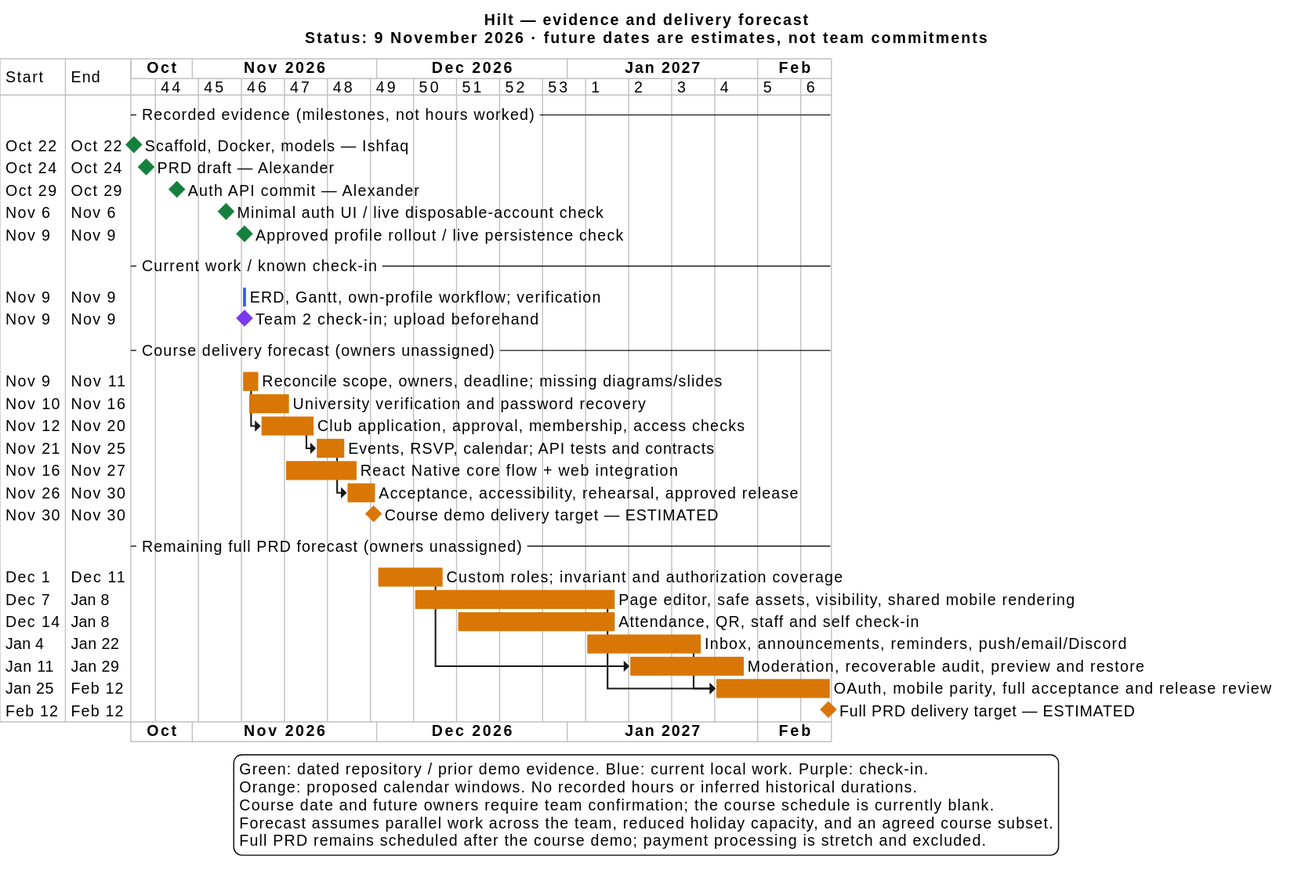
Before: docs/check-in/gantt.svg, a diagram exported from PlantUML (Ishfaq-code/hilt). The source it was exported from:
```plantuml
@startgantt
title Hilt — evidence and delivery forecast\nStatus: 9 November 2026 · future dates are estimates, not team commitments
skinparam backgroundColor white
skinparam defaultFontName SansSerif
skinparam defaultFontSize 14
Project starts 2026-10-22
printscale weekly
hide column duration

-- Recorded evidence (milestones, not hours worked) --
[Scaffold, Docker, models — Ishfaq] as [scaffold] happens 2026-10-22
[PRD draft — Alexander] as [prd] happens 2026-10-24
[Auth API commit — Alexander] as [auth] happens 2026-10-29
[Minimal auth UI / live disposable-account check] as [demo] happens 2026-11-06
[Approved profile rollout / live persistence check] as [profilelive] happens 2026-11-09
[scaffold] is colored in #15803D
[prd] is colored in #15803D
[auth] is colored in #15803D
[demo] is colored in #15803D
[profilelive] is colored in #15803D

-- Current work / known check-in --
[ERD, Gantt, own-profile workflow; verification] as [current] starts 2026-11-09 and ends 2026-11-09
[current] is colored in #2563EB
[Team 2 check-in; upload beforehand] as [checkin] happens 2026-11-09
[checkin] is colored in #7C3AED

-- Course delivery forecast (owners unassigned) --
[Reconcile scope, owners, deadline; missing diagrams/slides] as [scope] starts 2026-11-09 and ends 2026-11-11
[University verification and password recovery] as [accounts] starts 2026-11-10 and ends 2026-11-16
[Club application, approval, membership, access checks] as [clubs] starts 2026-11-12 and ends 2026-11-20
[Events, RSVP, calendar; API tests and contracts] as [events] starts 2026-11-21 and ends 2026-11-25
[React Native core flow + web integration] as [mobile] starts 2026-11-16 and ends 2026-11-27
[Acceptance, accessibility, rehearsal, approved release] as [accept] starts 2026-11-26 and ends 2026-11-30
[Course demo delivery target — ESTIMATED] as [course] happens 2026-11-30
[scope] is colored in #D97706
[accounts] is colored in #D97706
[clubs] is colored in #D97706
[events] is colored in #D97706
[mobile] is colored in #D97706
[accept] is colored in #D97706
[course] is colored in #D97706
[scope] -> [clubs]
[clubs] -> [events]
[events] -> [accept]

-- Remaining full PRD forecast (owners unassigned) --
[Custom roles; invariant and authorization coverage] as [roles] starts 2026-12-01 and ends 2026-12-11
[Page editor, safe assets, visibility, shared mobile rendering] as [pages] starts 2026-12-07 and ends 2027-01-08
[Attendance, QR, staff and self check-in] as [attendance] starts 2026-12-14 and ends 2027-01-08
[Inbox, announcements, reminders, push/email/Discord] as [comms] starts 2027-01-04 and ends 2027-01-22
[Moderation, recoverable audit, preview and restore] as [recovery] starts 2027-01-11 and ends 2027-01-29
[OAuth, mobile parity, full acceptance and release review] as [fulltest] starts 2027-01-25 and ends 2027-02-12
[Full PRD delivery target — ESTIMATED] as [full] happens 2027-02-12
[roles] is colored in #D97706
[pages] is colored in #D97706
[attendance] is colored in #D97706
[comms] is colored in #D97706
[recovery] is colored in #D97706
[fulltest] is colored in #D97706
[full] is colored in #D97706
[roles] -> [recovery]
[pages] -> [fulltest]
[comms] -> [fulltest]

legend bottom
  Green: dated repository / prior demo evidence. Blue: current local work. Purple: check-in.
  Orange: proposed calendar windows. No recorded hours or inferred historical durations.
  Course date and future owners require team confirmation; the course schedule is currently blank.
  Forecast assumes parallel work across the team, reduced holiday capacity, and an agreed course subset.
  Full PRD remains scheduled after the course demo; payment processing is stretch and excluded.
endlegend
@endgantt
```
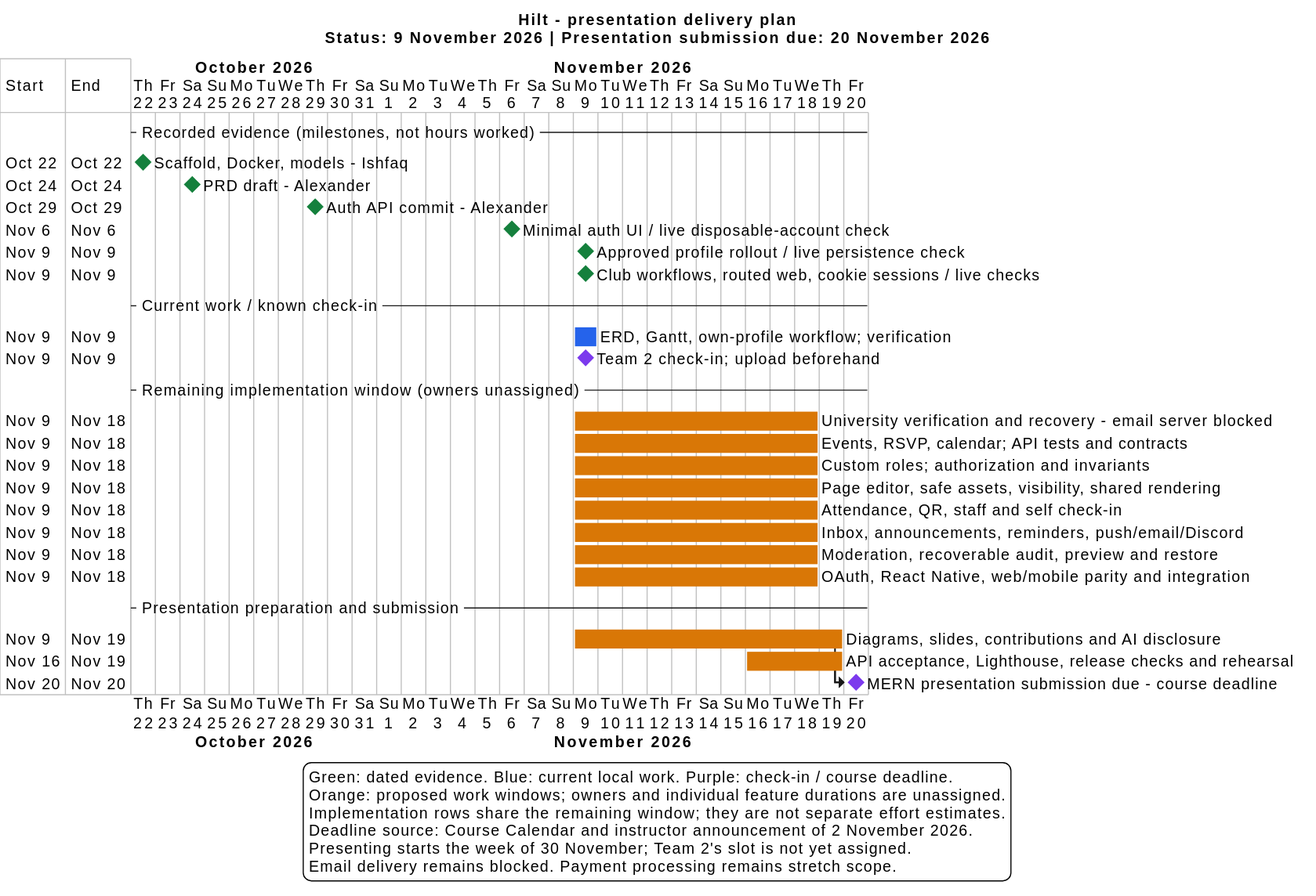
The same diagram one commit later.

Commit message:
docs: align Gantt with November 20 presentation deadline

Diff of the diagram source:
```diff
@@ -1,23 +1,25 @@
 @startgantt
-title Hilt — evidence and delivery forecast\nStatus: 9 November 2026 · future dates are estimates, not team commitments
+title Hilt - presentation delivery plan\nStatus: 9 November 2026 | Presentation submission due: 20 November 2026
 skinparam backgroundColor white
 skinparam defaultFontName SansSerif
 skinparam defaultFontSize 14
 Project starts 2026-10-22
-printscale weekly
+printscale daily
 hide column duration
 
 -- Recorded evidence (milestones, not hours worked) --
-[Scaffold, Docker, models — Ishfaq] as [scaffold] happens 2026-10-22
-[PRD draft — Alexander] as [prd] happens 2026-10-24
-[Auth API commit — Alexander] as [auth] happens 2026-10-29
+[Scaffold, Docker, models - Ishfaq] as [scaffold] happens 2026-10-22
+[PRD draft - Alexander] as [prd] happens 2026-10-24
+[Auth API commit - Alexander] as [auth] happens 2026-10-29
 [Minimal auth UI / live disposable-account check] as [demo] happens 2026-11-06
 [Approved profile rollout / live persistence check] as [profilelive] happens 2026-11-09
+[Club workflows, routed web, cookie sessions / live checks] as [clubslive] happens 2026-11-09
 [scaffold] is colored in #15803D
 [prd] is colored in #15803D
 [auth] is colored in #15803D
 [demo] is colored in #15803D
 [profilelive] is colored in #15803D
+[clubslive] is colored in #15803D
 
 -- Current work / known check-in --
 [ERD, Gantt, own-profile workflow; verification] as [current] starts 2026-11-09 and ends 2026-11-09
@@ -25,49 +27,40 @@
 [Team 2 check-in; upload beforehand] as [checkin] happens 2026-11-09
 [checkin] is colored in #7C3AED
 
--- Course delivery forecast (owners unassigned) --
-[Reconcile scope, owners, deadline; missing diagrams/slides] as [scope] starts 2026-11-09 and ends 2026-11-11
-[University verification and password recovery] as [accounts] starts 2026-11-10 and ends 2026-11-16
-[Club application, approval, membership, access checks] as [clubs] starts 2026-11-12 and ends 2026-11-20
-[Events, RSVP, calendar; API tests and contracts] as [events] starts 2026-11-21 and ends 2026-11-25
-[React Native core flow + web integration] as [mobile] starts 2026-11-16 and ends 2026-11-27
-[Acceptance, accessibility, rehearsal, approved release] as [accept] starts 2026-11-26 and ends 2026-11-30
-[Course demo delivery target — ESTIMATED] as [course] happens 2026-11-30
-[scope] is colored in #D97706
+-- Remaining implementation window (owners unassigned) --
+[University verification and recovery - email server blocked] as [accounts] starts 2026-11-09 and ends 2026-11-18
+[Events, RSVP, calendar; API tests and contracts] as [events] starts 2026-11-09 and ends 2026-11-18
+[Custom roles; authorization and invariants] as [roles] starts 2026-11-09 and ends 2026-11-18
+[Page editor, safe assets, visibility, shared rendering] as [pages] starts 2026-11-09 and ends 2026-11-18
+[Attendance, QR, staff and self check-in] as [attendance] starts 2026-11-09 and ends 2026-11-18
+[Inbox, announcements, reminders, push/email/Discord] as [comms] starts 2026-11-09 and ends 2026-11-18
+[Moderation, recoverable audit, preview and restore] as [recovery] starts 2026-11-09 and ends 2026-11-18
+[OAuth, React Native, web/mobile parity and integration] as [mobile] starts 2026-11-09 and ends 2026-11-18
 [accounts] is colored in #D97706
-[clubs] is colored in #D97706
 [events] is colored in #D97706
-[mobile] is colored in #D97706
-[accept] is colored in #D97706
-[course] is colored in #D97706
-[scope] -> [clubs]
-[clubs] -> [events]
-[events] -> [accept]
-
--- Remaining full PRD forecast (owners unassigned) --
-[Custom roles; invariant and authorization coverage] as [roles] starts 2026-12-01 and ends 2026-12-11
-[Page editor, safe assets, visibility, shared mobile rendering] as [pages] starts 2026-12-07 and ends 2027-01-08
-[Attendance, QR, staff and self check-in] as [attendance] starts 2026-12-14 and ends 2027-01-08
-[Inbox, announcements, reminders, push/email/Discord] as [comms] starts 2027-01-04 and ends 2027-01-22
-[Moderation, recoverable audit, preview and restore] as [recovery] starts 2027-01-11 and ends 2027-01-29
-[OAuth, mobile parity, full acceptance and release review] as [fulltest] starts 2027-01-25 and ends 2027-02-12
-[Full PRD delivery target — ESTIMATED] as [full] happens 2027-02-12
 [roles] is colored in #D97706
 [pages] is colored in #D97706
 [attendance] is colored in #D97706
 [comms] is colored in #D97706
 [recovery] is colored in #D97706
-[fulltest] is colored in #D97706
-[full] is colored in #D97706
-[roles] -> [recovery]
-[pages] -> [fulltest]
-[comms] -> [fulltest]
+[mobile] is colored in #D97706
+
+-- Presentation preparation and submission --
+[Diagrams, slides, contributions and AI disclosure] as [slides] starts 2026-11-09 and ends 2026-11-19
+[API acceptance, Lighthouse, release checks and rehearsal] as [accept] starts 2026-11-16 and ends 2026-11-19
+[MERN presentation submission due - course deadline] as [deadline] happens 2026-11-20
+[slides] is colored in #D97706
+[accept] is colored in #D97706
+[deadline] is colored in #7C3AED
+[slides] -> [deadline]
+[accept] -> [deadline]
 
 legend bottom
-  Green: dated repository / prior demo evidence. Blue: current local work. Purple: check-in.
-  Orange: proposed calendar windows. No recorded hours or inferred historical durations.
-  Course date and future owners require team confirmation; the course schedule is currently blank.
-  Forecast assumes parallel work across the team, reduced holiday capacity, and an agreed course subset.
-  Full PRD remains scheduled after the course demo; payment processing is stretch and excluded.
+  Green: dated evidence. Blue: current local work. Purple: check-in / course deadline.
+  Orange: proposed work windows; owners and individual feature durations are unassigned.
+  Implementation rows share the remaining window; they are not separate effort estimates.
+  Deadline source: Course Calendar and instructor announcement of 2 November 2026.
+  Presenting starts the week of 30 November; Team 2's slot is not yet assigned.
+  Email delivery remains blocked. Payment processing remains stretch scope.
 endlegend
 @endgantt
```
